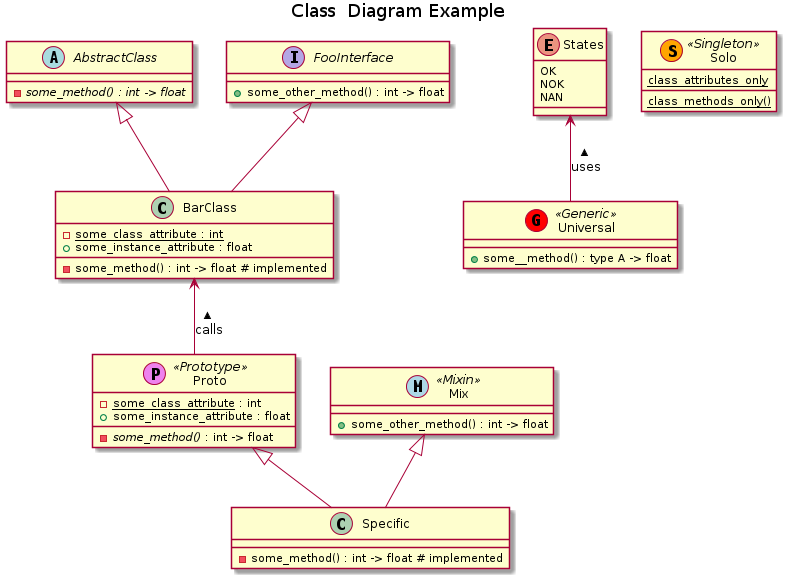
The PlantUML diagram class_example/class_example.png in FooBarShebang/plant_uml, before a commit.
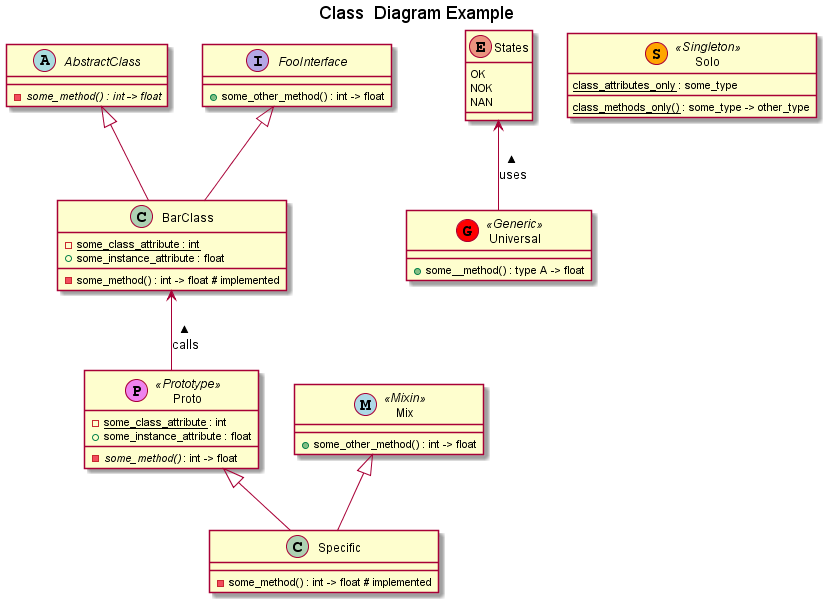
Later version of the same file.

Diff of the diagram source:
```diff
@@ -1,4 +1,9 @@
 @startuml
+
+
+
+
+
 
 
 
@@ -39,7 +44,7 @@
 
 
 class Proto <<(P, violet) Prototype>> {
-    {field} - <u>some_class_attribute</u> : int
+    - {field} <u>some_class_attribute</u> : int
     + some_instance_attribute : float
     - <i>some_method()</i> : int -> float
 }
@@ -65,8 +70,8 @@
 States <-- Universal : < uses
 
 class Solo <<(S, orange) Singleton>> {
-    {field} <u>class_attributes_only</u>
-    <u>class_methods_only()</u>
+    {field} <u>class_attributes_only</u> : some_type
+    <u>class_methods_only()</u> : some_type -> other_type
 }
 
 @enduml
```
